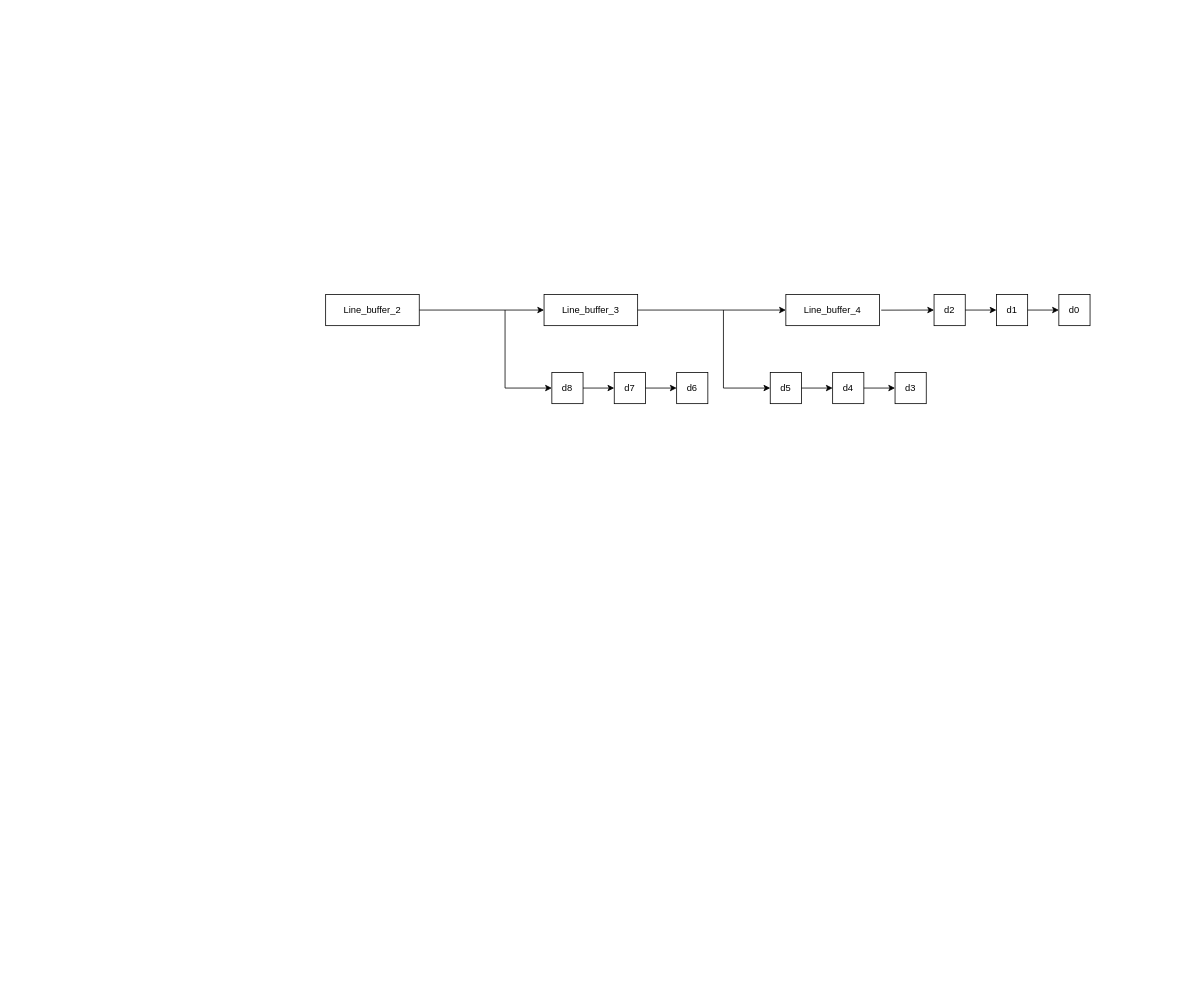
This is Draw/DataModulateModules/DataModulate3x3.drawio from Hieuueihm/Thesis, a draw.io file, before an edit. Source tidied: cells renumbered, new cells numbered last; positions are measured from the earlier drawing's top-left corner, leaving out a move shared by most shapes. Both pictures are drawn from the tidied source at 78%, with x=0, y=0 at pixel (325, 294).
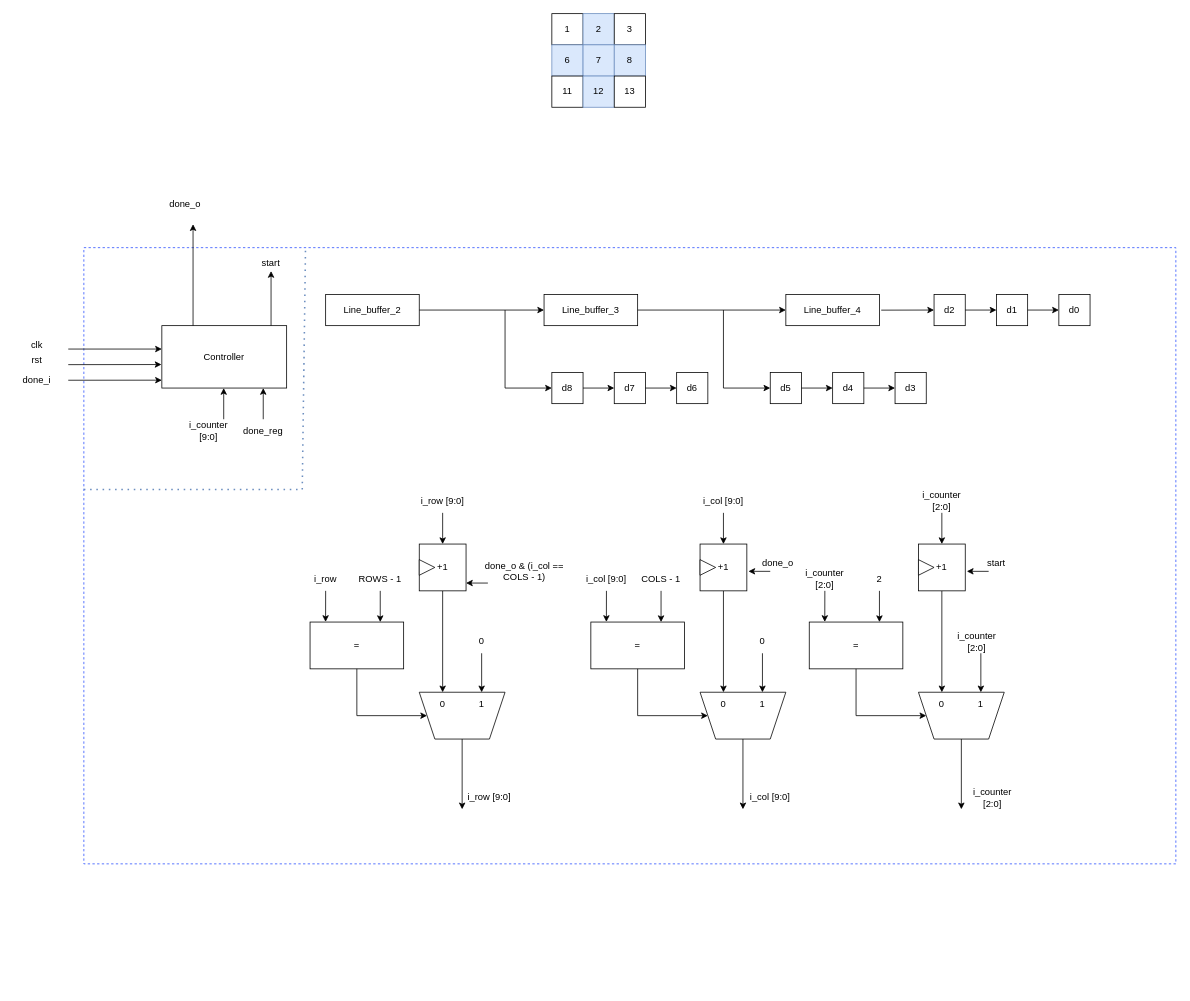
Above is the later version.

The edit, as a diff of the source:
```diff
@@
+    <mxCell id="25" style="rounded=0;whiteSpace=wrap;html=1;strokeColor=#2B4FFF;dashed=1;" parent="1" vertex="1">
+      <mxGeometry x="-310" y="-60" width="1400" height="790" as="geometry" />
+    </mxCell>
@@
+    <mxCell id="26" style="endArrow=classic;html=1;rounded=0;entryX=0;entryY=0.375;entryDx=0;entryDy=0;entryPerimeter=0;" parent="1" edge="1" target="27">
+      <mxGeometry relative="1" as="geometry">
+        <mxPoint x="-330" y="70" as="sourcePoint" />
+      </mxGeometry>
+    </mxCell>
+    <mxCell id="27" value="Controller" style="rounded=0;whiteSpace=wrap;html=1;" parent="1" vertex="1">
+      <mxGeometry x="-210" y="40" width="160" height="80" as="geometry" />
+    </mxCell>
+    <mxCell id="28" style="endArrow=classic;html=1;rounded=0;entryX=-0.003;entryY=0.623;entryDx=0;entryDy=0;entryPerimeter=0;" parent="1" edge="1" target="27">
+      <mxGeometry relative="1" as="geometry">
+        <mxPoint x="-330" y="90" as="sourcePoint" />
+      </mxGeometry>
+    </mxCell>
+    <mxCell id="29" style="endArrow=classic;html=1;rounded=0;entryX=-0.003;entryY=0.623;entryDx=0;entryDy=0;entryPerimeter=0;" parent="1" edge="1">
+      <mxGeometry relative="1" as="geometry">
+        <mxPoint x="-330" y="110" as="sourcePoint" />
+        <mxPoint x="-210" y="109.9" as="targetPoint" />
+      </mxGeometry>
+    </mxCell>
+    <mxCell id="30" value="clk" style="text;html=1;align=center;verticalAlign=middle;whiteSpace=wrap;rounded=0;" parent="1" vertex="1">
+      <mxGeometry x="-400" y="50" width="60" height="30" as="geometry" />
+    </mxCell>
+    <mxCell id="31" value="rst" style="text;html=1;align=center;verticalAlign=middle;whiteSpace=wrap;rounded=0;" parent="1" vertex="1">
+      <mxGeometry x="-400" y="70" width="60" height="30" as="geometry" />
+    </mxCell>
+    <mxCell id="32" value="done_i" style="text;html=1;align=center;verticalAlign=middle;whiteSpace=wrap;rounded=0;" parent="1" vertex="1">
+      <mxGeometry x="-400" y="95" width="60" height="30" as="geometry" />
+    </mxCell>
+    <mxCell id="33" style="endArrow=classic;html=1;rounded=0;exitX=0.875;exitY=0;exitDx=0;exitDy=0;exitPerimeter=0;" parent="1" edge="1" source="27">
+      <mxGeometry relative="1" as="geometry">
+        <mxPoint x="-70" y="-30" as="targetPoint" />
+      </mxGeometry>
+    </mxCell>
+    <mxCell id="34" style="endArrow=classic;html=1;rounded=0;" parent="1" edge="1">
+      <mxGeometry relative="1" as="geometry">
+        <mxPoint x="-80" y="160" as="sourcePoint" />
+        <mxPoint x="-80" y="120" as="targetPoint" />
+      </mxGeometry>
+    </mxCell>
+    <mxCell id="35" style="endArrow=classic;html=1;rounded=0;exitX=0.877;exitY=-0.024;exitDx=0;exitDy=0;exitPerimeter=0;" parent="1" edge="1">
+      <mxGeometry relative="1" as="geometry">
+        <mxPoint x="-170" y="40" as="sourcePoint" />
+        <mxPoint x="-170" y="-90" as="targetPoint" />
+      </mxGeometry>
+    </mxCell>
+    <mxCell id="36" value="done_o" style="text;html=1;align=center;verticalAlign=middle;whiteSpace=wrap;rounded=0;" parent="1" vertex="1">
+      <mxGeometry x="-210" y="-130" width="60" height="30" as="geometry" />
+    </mxCell>
+    <mxCell id="37" value="start" style="text;html=1;align=center;verticalAlign=middle;whiteSpace=wrap;rounded=0;" parent="1" vertex="1">
+      <mxGeometry x="-100" y="-50" width="60" height="20" as="geometry" />
+    </mxCell>
+    <mxCell id="38" value="=" style="rounded=0;whiteSpace=wrap;html=1;" parent="1" vertex="1">
+      <mxGeometry x="-20" y="420" width="120" height="60" as="geometry" />
+    </mxCell>
+    <mxCell id="39" style="endArrow=classic;html=1;rounded=0;entryX=0.166;entryY=-0.003;entryDx=0;entryDy=0;entryPerimeter=0;" parent="1" edge="1" target="38">
+      <mxGeometry relative="1" as="geometry">
+        <mxPoint y="380" as="sourcePoint" />
+      </mxGeometry>
+    </mxCell>
+    <mxCell id="40" value="i_row" style="text;html=1;align=center;verticalAlign=middle;whiteSpace=wrap;rounded=0;" parent="1" vertex="1">
+      <mxGeometry x="-30" y="350" width="60" height="30" as="geometry" />
+    </mxCell>
+    <mxCell id="41" style="endArrow=classic;html=1;rounded=0;entryX=0.166;entryY=-0.003;entryDx=0;entryDy=0;entryPerimeter=0;" parent="1" edge="1">
+      <mxGeometry relative="1" as="geometry">
+        <mxPoint x="70" y="380" as="sourcePoint" />
+        <mxPoint x="70" y="420" as="targetPoint" />
+      </mxGeometry>
+    </mxCell>
+    <mxCell id="42" value="ROWS - 1" style="text;html=1;align=center;verticalAlign=middle;whiteSpace=wrap;rounded=0;" parent="1" vertex="1">
+      <mxGeometry x="40" y="350" width="60" height="30" as="geometry" />
+    </mxCell>
+    <mxCell id="43" style="endArrow=classic;html=1;rounded=0;exitX=0.5;exitY=1;exitDx=0;exitDy=0;entryX=1;entryY=0.5;entryDx=0;entryDy=0;" parent="1" edge="1" source="38" target="44">
+      <mxGeometry relative="1" as="geometry">
+        <Array as="points">
+          <mxPoint x="40" y="540" />
+        </Array>
+      </mxGeometry>
+    </mxCell>
+    <mxCell id="44" style="shape=trapezoid;perimeter=trapezoidPerimeter;whiteSpace=wrap;html=1;fixedSize=1;rotation=180;" parent="1" vertex="1">
+      <mxGeometry x="120" y="510" width="110" height="60" as="geometry" />
+    </mxCell>
+    <mxCell id="45" value="0" style="text;html=1;align=center;verticalAlign=middle;whiteSpace=wrap;rounded=0;" parent="1" vertex="1">
+      <mxGeometry x="120" y="510" width="60" height="30" as="geometry" />
+    </mxCell>
+    <mxCell id="46" value="1" style="text;html=1;align=center;verticalAlign=middle;whiteSpace=wrap;rounded=0;" parent="1" vertex="1">
+      <mxGeometry x="170" y="510" width="60" height="30" as="geometry" />
+    </mxCell>
+    <mxCell id="47" style="endArrow=classic;html=1;rounded=0;entryX=0.5;entryY=0;entryDx=0;entryDy=0;" parent="1" edge="1" target="46">
+      <mxGeometry relative="1" as="geometry">
+        <mxPoint x="200" y="460" as="sourcePoint" />
+      </mxGeometry>
+    </mxCell>
+    <mxCell id="48" style="endArrow=classic;html=1;rounded=0;entryX=0.5;entryY=0;entryDx=0;entryDy=0;exitX=0.5;exitY=1;exitDx=0;exitDy=0;" parent="1" edge="1" source="51" target="45">
+      <mxGeometry relative="1" as="geometry" />
+    </mxCell>
+    <mxCell id="49" value="0" style="text;html=1;align=center;verticalAlign=middle;whiteSpace=wrap;rounded=0;" parent="1" vertex="1">
+      <mxGeometry x="170" y="430" width="60" height="30" as="geometry" />
+    </mxCell>
+    <mxCell id="50" style="endArrow=classic;html=1;rounded=0;exitX=0.5;exitY=0;exitDx=0;exitDy=0;" parent="1" edge="1" source="44">
+      <mxGeometry relative="1" as="geometry">
+        <mxPoint x="175" y="660" as="targetPoint" />
+      </mxGeometry>
+    </mxCell>
+    <mxCell id="51" value="+1" style="rounded=0;whiteSpace=wrap;html=1;" parent="1" vertex="1">
+      <mxGeometry x="120" y="320" width="60" height="60" as="geometry" />
+    </mxCell>
+    <mxCell id="52" style="triangle;whiteSpace=wrap;html=1;" parent="1" vertex="1">
+      <mxGeometry x="120" y="340" width="20" height="20" as="geometry" />
+    </mxCell>
+    <mxCell id="53" style="endArrow=classic;html=1;rounded=0;entryX=1.034;entryY=0.583;entryDx=0;entryDy=0;entryPerimeter=0;" parent="1" edge="1">
+      <mxGeometry relative="1" as="geometry">
+        <mxPoint x="208" y="370" as="sourcePoint" />
+        <mxPoint x="180" y="370" as="targetPoint" />
+      </mxGeometry>
+    </mxCell>
+    <mxCell id="54" value="done_o &amp;amp; (i_col == COLS - 1)" style="text;html=1;align=center;verticalAlign=middle;whiteSpace=wrap;rounded=0;" parent="1" vertex="1">
+      <mxGeometry x="190" y="340" width="130" height="30" as="geometry" />
+    </mxCell>
+    <mxCell id="55" style="endArrow=classic;html=1;rounded=0;entryX=0.166;entryY=-0.003;entryDx=0;entryDy=0;entryPerimeter=0;" parent="1" edge="1">
+      <mxGeometry relative="1" as="geometry">
+        <mxPoint x="150" y="280" as="sourcePoint" />
+        <mxPoint x="150" y="320" as="targetPoint" />
+      </mxGeometry>
+    </mxCell>
+    <mxCell id="56" value="i_row [9:0]" style="text;html=1;align=center;verticalAlign=middle;whiteSpace=wrap;rounded=0;" parent="1" vertex="1">
+      <mxGeometry x="120" y="250" width="60" height="30" as="geometry" />
+    </mxCell>
+    <mxCell id="57" value="i_row [9:0]" style="text;html=1;align=center;verticalAlign=middle;whiteSpace=wrap;rounded=0;" parent="1" vertex="1">
+      <mxGeometry x="180" y="630" width="60" height="30" as="geometry" />
+    </mxCell>
+    <mxCell id="58" value="=" style="rounded=0;whiteSpace=wrap;html=1;" parent="1" vertex="1">
+      <mxGeometry x="340" y="420" width="120" height="60" as="geometry" />
+    </mxCell>
+    <mxCell id="59" style="endArrow=classic;html=1;rounded=0;entryX=0.166;entryY=-0.003;entryDx=0;entryDy=0;entryPerimeter=0;" parent="1" edge="1" target="58">
+      <mxGeometry relative="1" as="geometry">
+        <mxPoint x="360" y="380" as="sourcePoint" />
+      </mxGeometry>
+    </mxCell>
+    <mxCell id="60" style="endArrow=classic;html=1;rounded=0;entryX=0.166;entryY=-0.003;entryDx=0;entryDy=0;entryPerimeter=0;" parent="1" edge="1">
+      <mxGeometry relative="1" as="geometry">
+        <mxPoint x="430" y="380" as="sourcePoint" />
+        <mxPoint x="430" y="420" as="targetPoint" />
+      </mxGeometry>
+    </mxCell>
+    <mxCell id="61" value="COLS - 1" style="text;html=1;align=center;verticalAlign=middle;whiteSpace=wrap;rounded=0;" parent="1" vertex="1">
+      <mxGeometry x="400" y="350" width="60" height="30" as="geometry" />
+    </mxCell>
+    <mxCell id="62" style="endArrow=classic;html=1;rounded=0;exitX=0.5;exitY=1;exitDx=0;exitDy=0;entryX=1;entryY=0.5;entryDx=0;entryDy=0;" parent="1" edge="1" source="58" target="63">
+      <mxGeometry relative="1" as="geometry">
+        <Array as="points">
+          <mxPoint x="400" y="540" />
+        </Array>
+      </mxGeometry>
+    </mxCell>
+    <mxCell id="63" style="shape=trapezoid;perimeter=trapezoidPerimeter;whiteSpace=wrap;html=1;fixedSize=1;rotation=180;" parent="1" vertex="1">
+      <mxGeometry x="480" y="510" width="110" height="60" as="geometry" />
+    </mxCell>
+    <mxCell id="64" value="0" style="text;html=1;align=center;verticalAlign=middle;whiteSpace=wrap;rounded=0;" parent="1" vertex="1">
+      <mxGeometry x="480" y="510" width="60" height="30" as="geometry" />
+    </mxCell>
+    <mxCell id="65" value="1" style="text;html=1;align=center;verticalAlign=middle;whiteSpace=wrap;rounded=0;" parent="1" vertex="1">
+      <mxGeometry x="530" y="510" width="60" height="30" as="geometry" />
+    </mxCell>
+    <mxCell id="66" style="endArrow=classic;html=1;rounded=0;entryX=0.5;entryY=0;entryDx=0;entryDy=0;" parent="1" edge="1" target="65">
+      <mxGeometry relative="1" as="geometry">
+        <mxPoint x="560" y="460" as="sourcePoint" />
+      </mxGeometry>
+    </mxCell>
+    <mxCell id="67" style="endArrow=classic;html=1;rounded=0;entryX=0.5;entryY=0;entryDx=0;entryDy=0;exitX=0.5;exitY=1;exitDx=0;exitDy=0;" parent="1" edge="1" source="70" target="64">
+      <mxGeometry relative="1" as="geometry" />
+    </mxCell>
+    <mxCell id="68" value="0" style="text;html=1;align=center;verticalAlign=middle;whiteSpace=wrap;rounded=0;" parent="1" vertex="1">
+      <mxGeometry x="530" y="430" width="60" height="30" as="geometry" />
+    </mxCell>
+    <mxCell id="69" style="endArrow=classic;html=1;rounded=0;exitX=0.5;exitY=0;exitDx=0;exitDy=0;" parent="1" edge="1" source="63">
+      <mxGeometry relative="1" as="geometry">
+        <mxPoint x="535" y="660" as="targetPoint" />
+      </mxGeometry>
+    </mxCell>
+    <mxCell id="70" value="+1" style="rounded=0;whiteSpace=wrap;html=1;" parent="1" vertex="1">
+      <mxGeometry x="480" y="320" width="60" height="60" as="geometry" />
+    </mxCell>
+    <mxCell id="71" style="triangle;whiteSpace=wrap;html=1;" parent="1" vertex="1">
+      <mxGeometry x="480" y="340" width="20" height="20" as="geometry" />
+    </mxCell>
+    <mxCell id="72" style="endArrow=classic;html=1;rounded=0;entryX=1.034;entryY=0.583;entryDx=0;entryDy=0;entryPerimeter=0;" parent="1" edge="1" target="70">
+      <mxGeometry relative="1" as="geometry">
+        <mxPoint x="570" y="355" as="sourcePoint" />
+      </mxGeometry>
+    </mxCell>
+    <mxCell id="73" value="done_o" style="text;html=1;align=center;verticalAlign=middle;whiteSpace=wrap;rounded=0;" parent="1" vertex="1">
+      <mxGeometry x="550" y="330" width="60" height="30" as="geometry" />
+    </mxCell>
+    <mxCell id="74" style="endArrow=classic;html=1;rounded=0;entryX=0.166;entryY=-0.003;entryDx=0;entryDy=0;entryPerimeter=0;" parent="1" edge="1">
+      <mxGeometry relative="1" as="geometry">
+        <mxPoint x="510" y="280" as="sourcePoint" />
+        <mxPoint x="510" y="320" as="targetPoint" />
+      </mxGeometry>
+    </mxCell>
+    <mxCell id="75" value="i_col [9:0]" style="text;html=1;align=center;verticalAlign=middle;whiteSpace=wrap;rounded=0;" parent="1" vertex="1">
+      <mxGeometry x="480" y="250" width="60" height="30" as="geometry" />
+    </mxCell>
+    <mxCell id="76" style="endArrow=classic;html=1;rounded=0;" parent="1" edge="1">
+      <mxGeometry relative="1" as="geometry">
+        <mxPoint x="-130.7" y="160" as="sourcePoint" />
+        <mxPoint x="-130.7" y="120" as="targetPoint" />
+      </mxGeometry>
+    </mxCell>
+    <mxCell id="77" value="=" style="rounded=0;whiteSpace=wrap;html=1;" parent="1" vertex="1">
+      <mxGeometry x="620" y="420" width="120" height="60" as="geometry" />
+    </mxCell>
+    <mxCell id="78" style="endArrow=classic;html=1;rounded=0;entryX=0.166;entryY=-0.003;entryDx=0;entryDy=0;entryPerimeter=0;" parent="1" edge="1" target="77">
+      <mxGeometry relative="1" as="geometry">
+        <mxPoint x="640" y="380" as="sourcePoint" />
+      </mxGeometry>
+    </mxCell>
+    <mxCell id="79" value="i_counter [2:0]" style="text;html=1;align=center;verticalAlign=middle;whiteSpace=wrap;rounded=0;" parent="1" vertex="1">
+      <mxGeometry x="610" y="350" width="60" height="30" as="geometry" />
+    </mxCell>
+    <mxCell id="80" style="endArrow=classic;html=1;rounded=0;entryX=0.166;entryY=-0.003;entryDx=0;entryDy=0;entryPerimeter=0;" parent="1" edge="1">
+      <mxGeometry relative="1" as="geometry">
+        <mxPoint x="710" y="380" as="sourcePoint" />
+        <mxPoint x="710" y="420" as="targetPoint" />
+      </mxGeometry>
+    </mxCell>
+    <mxCell id="81" value="2" style="text;html=1;align=center;verticalAlign=middle;whiteSpace=wrap;rounded=0;" parent="1" vertex="1">
+      <mxGeometry x="680" y="350" width="60" height="30" as="geometry" />
+    </mxCell>
+    <mxCell id="82" style="endArrow=classic;html=1;rounded=0;exitX=0.5;exitY=1;exitDx=0;exitDy=0;entryX=1;entryY=0.5;entryDx=0;entryDy=0;" parent="1" edge="1" source="77" target="83">
+      <mxGeometry relative="1" as="geometry">
+        <Array as="points">
+          <mxPoint x="680" y="540" />
+        </Array>
+      </mxGeometry>
+    </mxCell>
+    <mxCell id="83" style="shape=trapezoid;perimeter=trapezoidPerimeter;whiteSpace=wrap;html=1;fixedSize=1;rotation=180;" parent="1" vertex="1">
+      <mxGeometry x="760" y="510" width="110" height="60" as="geometry" />
+    </mxCell>
+    <mxCell id="84" value="0" style="text;html=1;align=center;verticalAlign=middle;whiteSpace=wrap;rounded=0;" parent="1" vertex="1">
+      <mxGeometry x="760" y="510" width="60" height="30" as="geometry" />
+    </mxCell>
+    <mxCell id="85" value="1" style="text;html=1;align=center;verticalAlign=middle;whiteSpace=wrap;rounded=0;" parent="1" vertex="1">
+      <mxGeometry x="810" y="510" width="60" height="30" as="geometry" />
+    </mxCell>
+    <mxCell id="86" style="endArrow=classic;html=1;rounded=0;entryX=0.5;entryY=0;entryDx=0;entryDy=0;" parent="1" edge="1" target="85">
+      <mxGeometry relative="1" as="geometry">
+        <mxPoint x="840" y="460" as="sourcePoint" />
+      </mxGeometry>
+    </mxCell>
+    <mxCell id="87" style="endArrow=classic;html=1;rounded=0;entryX=0.5;entryY=0;entryDx=0;entryDy=0;exitX=0.5;exitY=1;exitDx=0;exitDy=0;" parent="1" edge="1" source="90" target="84">
+      <mxGeometry relative="1" as="geometry" />
+    </mxCell>
+    <mxCell id="88" value="i_counter [2:0]" style="text;html=1;align=center;verticalAlign=middle;whiteSpace=wrap;rounded=0;" parent="1" vertex="1">
+      <mxGeometry x="800" y="430" width="70" height="30" as="geometry" />
+    </mxCell>
+    <mxCell id="89" style="endArrow=classic;html=1;rounded=0;exitX=0.5;exitY=0;exitDx=0;exitDy=0;" parent="1" edge="1" source="83">
+      <mxGeometry relative="1" as="geometry">
+        <mxPoint x="815" y="660" as="targetPoint" />
+      </mxGeometry>
+    </mxCell>
+    <mxCell id="90" value="+1" style="rounded=0;whiteSpace=wrap;html=1;" parent="1" vertex="1">
+      <mxGeometry x="760" y="320" width="60" height="60" as="geometry" />
+    </mxCell>
+    <mxCell id="91" style="triangle;whiteSpace=wrap;html=1;" parent="1" vertex="1">
+      <mxGeometry x="760" y="340" width="20" height="20" as="geometry" />
+    </mxCell>
+    <mxCell id="92" style="endArrow=classic;html=1;rounded=0;entryX=1.034;entryY=0.583;entryDx=0;entryDy=0;entryPerimeter=0;" parent="1" edge="1" target="90">
+      <mxGeometry relative="1" as="geometry">
+        <mxPoint x="850" y="355" as="sourcePoint" />
+      </mxGeometry>
+    </mxCell>
+    <mxCell id="93" value="start" style="text;html=1;align=center;verticalAlign=middle;whiteSpace=wrap;rounded=0;" parent="1" vertex="1">
+      <mxGeometry x="830" y="330" width="60" height="30" as="geometry" />
+    </mxCell>
+    <mxCell id="94" style="endArrow=classic;html=1;rounded=0;entryX=0.166;entryY=-0.003;entryDx=0;entryDy=0;entryPerimeter=0;" parent="1" edge="1">
+      <mxGeometry relative="1" as="geometry">
+        <mxPoint x="790" y="280" as="sourcePoint" />
+        <mxPoint x="790" y="320" as="targetPoint" />
+      </mxGeometry>
+    </mxCell>
+    <mxCell id="95" value="i_counter [2:0]" style="text;html=1;align=center;verticalAlign=middle;whiteSpace=wrap;rounded=0;" parent="1" vertex="1">
+      <mxGeometry x="760" y="250" width="60" height="30" as="geometry" />
+    </mxCell>
+    <mxCell id="96" value="i_counter [9:0]" style="text;html=1;align=center;verticalAlign=middle;whiteSpace=wrap;rounded=0;" parent="1" vertex="1">
+      <mxGeometry x="-180" y="160" width="60" height="30" as="geometry" />
+    </mxCell>
+    <mxCell id="97" style="edgeStyle=orthogonalEdgeStyle;rounded=0;orthogonalLoop=1;jettySize=auto;html=1;exitX=0.5;exitY=1;exitDx=0;exitDy=0;" parent="1" edge="1">
+      <mxGeometry relative="1" as="geometry">
+        <mxPoint x="510" y="880" as="sourcePoint" />
+        <mxPoint x="510" y="880" as="targetPoint" />
+      </mxGeometry>
+    </mxCell>
+    <mxCell id="98" value="done_reg" style="text;html=1;align=center;verticalAlign=middle;whiteSpace=wrap;rounded=0;" parent="1" vertex="1">
+      <mxGeometry x="-110" y="160" width="60" height="30" as="geometry" />
+    </mxCell>
+    <mxCell id="99" value="i_col [9:0]" style="text;html=1;align=center;verticalAlign=middle;whiteSpace=wrap;rounded=0;" parent="1" vertex="1">
+      <mxGeometry x="330" y="350" width="60" height="30" as="geometry" />
+    </mxCell>
+    <mxCell id="100" value="i_col [9:0]" style="text;html=1;align=center;verticalAlign=middle;whiteSpace=wrap;rounded=0;" parent="1" vertex="1">
+      <mxGeometry x="540" y="630" width="60" height="30" as="geometry" />
+    </mxCell>
+    <mxCell id="101" value="i_counter [2:0]" style="text;html=1;align=center;verticalAlign=middle;whiteSpace=wrap;rounded=0;" parent="1" vertex="1">
+      <mxGeometry x="820" y="630" width="70" height="30" as="geometry" />
+    </mxCell>
+    <mxCell id="102" value="1" style="rounded=0;whiteSpace=wrap;html=1;" parent="1" vertex="1">
+      <mxGeometry x="290" y="-360" width="40" height="40" as="geometry" />
+    </mxCell>
+    <mxCell id="103" value="2" style="rounded=0;whiteSpace=wrap;html=1;fillColor=#dae8fc;strokeColor=#6c8ebf;" parent="1" vertex="1">
+      <mxGeometry x="330" y="-360" width="40" height="40" as="geometry" />
+    </mxCell>
+    <mxCell id="104" value="3" style="rounded=0;whiteSpace=wrap;html=1;" parent="1" vertex="1">
+      <mxGeometry x="370" y="-360" width="40" height="40" as="geometry" />
+    </mxCell>
+    <mxCell id="105" value="6" style="rounded=0;whiteSpace=wrap;html=1;fillColor=#dae8fc;strokeColor=#6c8ebf;" parent="1" vertex="1">
+      <mxGeometry x="290" y="-320" width="40" height="40" as="geometry" />
+    </mxCell>
+    <mxCell id="106" value="7" style="rounded=0;whiteSpace=wrap;html=1;fillColor=#dae8fc;strokeColor=#6c8ebf;" parent="1" vertex="1">
+      <mxGeometry x="330" y="-320" width="40" height="40" as="geometry" />
+    </mxCell>
+    <mxCell id="107" value="8" style="rounded=0;whiteSpace=wrap;html=1;fillColor=#dae8fc;strokeColor=#6c8ebf;" parent="1" vertex="1">
+      <mxGeometry x="370" y="-320" width="40" height="40" as="geometry" />
+    </mxCell>
+    <mxCell id="108" value="11" style="rounded=0;whiteSpace=wrap;html=1;" parent="1" vertex="1">
+      <mxGeometry x="290" y="-280" width="40" height="40" as="geometry" />
+    </mxCell>
+    <mxCell id="109" value="12" style="rounded=0;whiteSpace=wrap;html=1;fillColor=#dae8fc;strokeColor=#6c8ebf;" parent="1" vertex="1">
+      <mxGeometry x="330" y="-280" width="40" height="40" as="geometry" />
+    </mxCell>
+    <mxCell id="110" value="13" style="rounded=0;whiteSpace=wrap;html=1;" parent="1" vertex="1">
+      <mxGeometry x="370" y="-280" width="40" height="40" as="geometry" />
+    </mxCell>
+    <mxCell id="111" style="endArrow=none;dashed=1;html=1;dashPattern=1 3;strokeWidth=2;rounded=0;entryX=0.203;entryY=-0.001;entryDx=0;entryDy=0;entryPerimeter=0;fillColor=#dae8fc;strokeColor=#6c8ebf;" parent="1" edge="1" target="25">
+      <mxGeometry relative="1" as="geometry">
+        <mxPoint x="-310" y="250" as="sourcePoint" />
+        <Array as="points">
+          <mxPoint x="-30" y="250" />
+        </Array>
+      </mxGeometry>
+    </mxCell>
```
